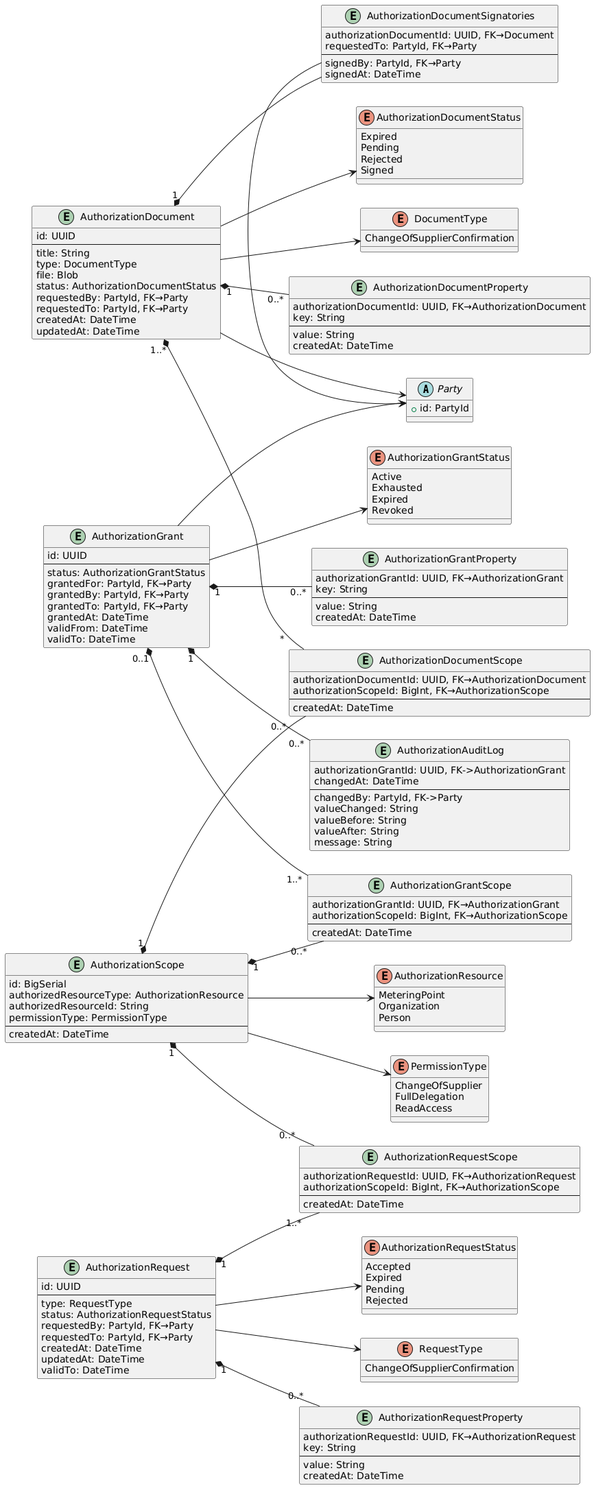
Before: docs/datamodel/datamodel.png, a diagram exported from PlantUML (elhub/auth-grant-manager).
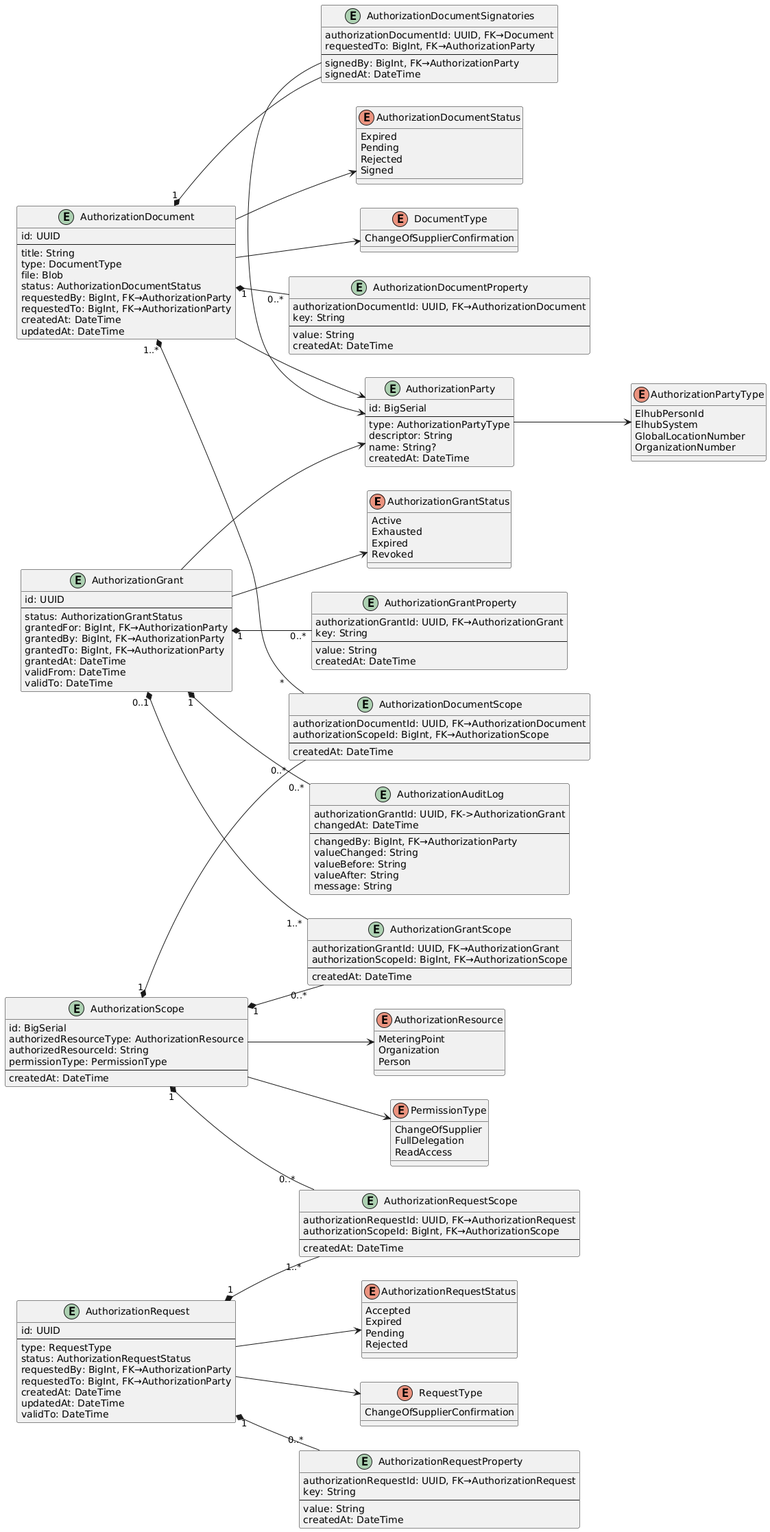
Later version of the same file.

What changed in the source:
```diff
@@ -1,10 +1,6 @@
 @startuml datamodel
 left to right direction
 
-
-abstract Party {
-  + id: PartyId
-}
 
 enum AuthorizationGrantStatus {
   Active
@@ -39,6 +35,13 @@
   Rejected
 }
 
+enum AuthorizationPartyType {
+  ElhubPersonId
+  ElhubSystem
+  GlobalLocationNumber
+  OrganizationNumber
+}
+
 enum DocumentType {
   ChangeOfSupplierConfirmation
 }
@@ -51,9 +54,9 @@
   id: UUID
   --
   status: AuthorizationGrantStatus
-  grantedFor: PartyId, FK→Party
-  grantedBy: PartyId, FK→Party
-  grantedTo: PartyId, FK→Party
+  grantedFor: BigInt, FK→AuthorizationParty
+  grantedBy: BigInt, FK→AuthorizationParty
+  grantedTo: BigInt, FK→AuthorizationParty
   grantedAt: DateTime
   validFrom: DateTime
   validTo: DateTime
@@ -71,7 +74,7 @@
   authorizationGrantId: UUID, FK->AuthorizationGrant
   changedAt: DateTime
   --
-  changedBy: PartyId, FK->Party
+  changedBy: BigInt, FK→AuthorizationParty
   valueChanged: String
   valueBefore: String
   valueAfter: String
@@ -83,8 +86,8 @@
   --
   type: RequestType
   status: AuthorizationRequestStatus
-  requestedBy: PartyId, FK→Party
-  requestedTo: PartyId, FK→Party
+  requestedBy: BigInt, FK→AuthorizationParty
+  requestedTo: BigInt, FK→AuthorizationParty
   createdAt: DateTime
   updatedAt: DateTime
   validTo: DateTime
@@ -105,8 +108,8 @@
   type: DocumentType
   file: Blob
   status: AuthorizationDocumentStatus
-  requestedBy: PartyId, FK→Party
-  requestedTo: PartyId, FK→Party
+  requestedBy: BigInt, FK→AuthorizationParty
+  requestedTo: BigInt, FK→AuthorizationParty
   createdAt: DateTime
   updatedAt: DateTime
 }
@@ -119,12 +122,11 @@
   createdAt: DateTime
 }
 
-
 entity AuthorizationDocumentSignatories {
   authorizationDocumentId: UUID, FK→Document
-  requestedTo: PartyId, FK→Party
+  requestedTo: BigInt, FK→AuthorizationParty
   --
-  signedBy: PartyId, FK→Party
+  signedBy: BigInt, FK→AuthorizationParty
   signedAt: DateTime
 }
 
@@ -158,11 +160,20 @@
   createdAt: DateTime
 }
 
+entity AuthorizationParty {
+  id: BigSerial
+  --
+  type: AuthorizationPartyType
+  descriptor: String
+  name: String?
+  createdAt: DateTime
+}
+
 AuthorizationGrant "1" *-- "0..*" AuthorizationGrantProperty
 AuthorizationGrant "0..1" *-- "1..*" AuthorizationGrantScope
 AuthorizationGrant "1" *-- "0..*" AuthorizationAuditLog
 AuthorizationGrant --> AuthorizationGrantStatus
-AuthorizationGrant --> Party
+AuthorizationGrant --> AuthorizationParty
 AuthorizationScope --> AuthorizationResource
 AuthorizationScope --> PermissionType
 AuthorizationScope "1" *-- "0..*" AuthorizationGrantScope
@@ -173,11 +184,12 @@
 AuthorizationDocument "1..*" *-- "*" AuthorizationDocumentScope
 AuthorizationDocument --> DocumentType
 AuthorizationDocument --> AuthorizationDocumentStatus
-AuthorizationDocument --> Party
-AuthorizationDocumentSignatories -> Party
+AuthorizationDocument --> AuthorizationParty
+AuthorizationDocumentSignatories -> AuthorizationParty
 AuthorizationRequest "1" *-- "0..*" AuthorizationRequestProperty
 AuthorizationRequest "1" *-- "1..*" AuthorizationRequestScope
 AuthorizationRequest --> RequestType
 AuthorizationRequest --> AuthorizationRequestStatus
+AuthorizationParty --> AuthorizationPartyType
 
 @enduml
```
